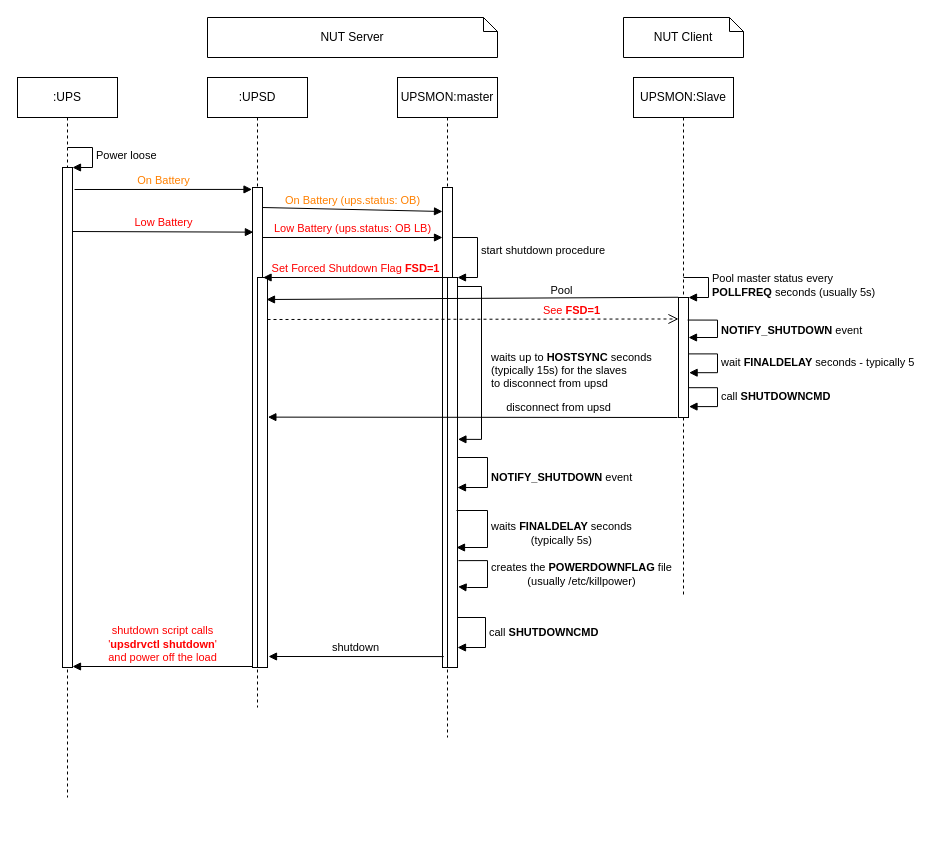
mitkola/nutdiag keeps this draw.io diagram as NUT Shutdown Sequence.drawio. Above is the earlier version. Source tidied: cells renumbered, new cells numbered last; positions are measured from the earlier drawing's top-left corner, leaving out a move shared by most shapes. Both pictures are drawn from the tidied source at 100%, with x=0, y=0 at pixel (17, 17).
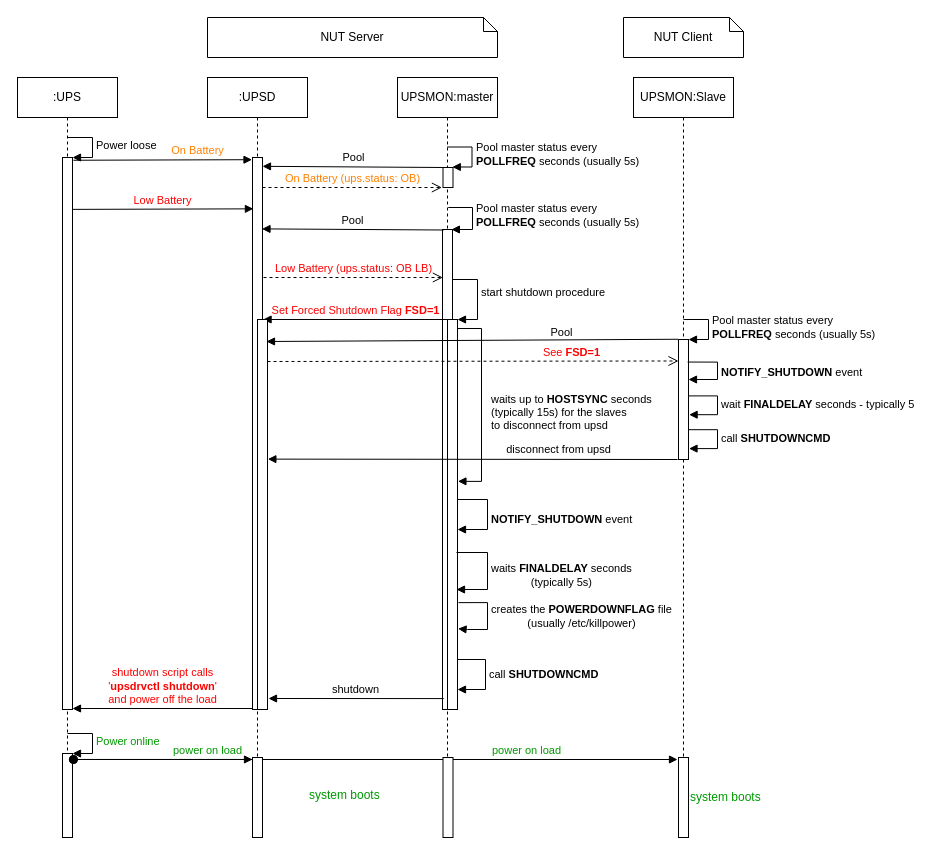
After the change.

Commit message:
Add pool of master monitor

The edit, as a diff of the source:
```diff
@@
     <mxCell id="2" value=":UPS" style="shape=umlLifeline;perimeter=lifelinePerimeter;whiteSpace=wrap;html=1;" parent="1" vertex="1">
-      <mxGeometry y="60" width="100" height="720" as="geometry" />
+      <mxGeometry y="60" width="100" height="760" as="geometry" />
     </mxCell>
     <mxCell id="3" style="html=1;points=[];perimeter=orthogonalPerimeter;" parent="2" vertex="1">
-      <mxGeometry x="45" y="90" width="10" height="500" as="geometry" />
+      <mxGeometry x="45" y="80" width="10" height="552" as="geometry" />
     </mxCell>
     <mxCell id="4" value="Power loose" style="edgeStyle=orthogonalEdgeStyle;html=1;align=left;spacingLeft=2;endArrow=block;rounded=0;entryX=1;entryY=0;" parent="2" edge="1" target="3">
       <mxGeometry relative="1" as="geometry">
-        <mxPoint x="50" y="70" as="sourcePoint" />
+        <mxPoint x="50" y="60" as="sourcePoint" />
         <Array as="points">
-          <mxPoint x="75" y="70" />
+          <mxPoint x="75" y="60" />
+          <mxPoint x="75" y="80" />
         </Array>
       </mxGeometry>
     </mxCell>
-    <mxCell id="5" value=":UPSD" style="shape=umlLifeline;perimeter=lifelinePerimeter;whiteSpace=wrap;html=1;" parent="1" vertex="1">
-      <mxGeometry x="190" y="60" width="100" height="630" as="geometry" />
-    </mxCell>
-    <mxCell id="6" style="html=1;points=[];perimeter=orthogonalPerimeter;" parent="5" vertex="1">
-      <mxGeometry x="45" y="110" width="10" height="480" as="geometry" />
-    </mxCell>
-    <mxCell id="7" style="html=1;points=[];perimeter=orthogonalPerimeter;fontColor=#000000;" parent="5" vertex="1">
-      <mxGeometry x="50" y="200" width="10" height="390" as="geometry" />
-    </mxCell>
+    <mxCell id="35" style="html=1;points=[];perimeter=orthogonalPerimeter;fontColor=#FF0000;align=center;" parent="2" vertex="1">
+      <mxGeometry x="45" y="676" width="10" height="84" as="geometry" />
+    </mxCell>
+    <mxCell id="36" value="Power online" style="edgeStyle=orthogonalEdgeStyle;html=1;align=left;spacingLeft=2;endArrow=block;rounded=0;entryX=1;entryY=0;fontColor=#009900;" parent="2" edge="1" target="35">
+      <mxGeometry relative="1" as="geometry">
+        <mxPoint x="50" y="656" as="sourcePoint" />
+        <Array as="points">
+          <mxPoint x="75" y="656" />
+        </Array>
+      </mxGeometry>
+    </mxCell>
     <mxCell id="8" value="UPSMON:master" style="shape=umlLifeline;perimeter=lifelinePerimeter;whiteSpace=wrap;html=1;" parent="1" vertex="1">
-      <mxGeometry x="380" y="60" width="100" height="660" as="geometry" />
+      <mxGeometry x="380" y="60" width="100" height="760" as="geometry" />
     </mxCell>
     <mxCell id="9" style="html=1;points=[];perimeter=orthogonalPerimeter;" parent="8" vertex="1">
-      <mxGeometry x="45" y="110" width="10" height="480" as="geometry" />
+      <mxGeometry x="45" y="152" width="10" height="480" as="geometry" />
     </mxCell>
     <mxCell id="10" style="html=1;points=[];perimeter=orthogonalPerimeter;" parent="8" vertex="1">
-      <mxGeometry x="50" y="200" width="10" height="390" as="geometry" />
+      <mxGeometry x="50" y="242" width="10" height="390" as="geometry" />
     </mxCell>
     <mxCell id="11" value="start shutdown procedure" style="edgeStyle=orthogonalEdgeStyle;html=1;align=left;spacingLeft=2;endArrow=block;rounded=0;entryX=1;entryY=0;" parent="8" edge="1" target="10">
       <mxGeometry relative="1" as="geometry">
-        <mxPoint x="55" y="150" as="sourcePoint" />
+        <mxPoint x="55" y="192" as="sourcePoint" />
         <Array as="points">
-          <mxPoint x="55" y="160" />
-          <mxPoint x="80" y="160" />
-          <mxPoint x="80" y="200" />
+          <mxPoint x="55" y="202" />
+          <mxPoint x="80" y="202" />
+          <mxPoint x="80" y="242" />
         </Array>
       </mxGeometry>
     </mxCell>
     <mxCell id="12" value="waits up to &lt;b&gt;HOSTSYNC&lt;/b&gt; seconds &lt;br&gt;(typically 15s) for the slaves &lt;br&gt;to disconnect from upsd" style="edgeStyle=orthogonalEdgeStyle;html=1;align=left;spacingLeft=2;endArrow=block;rounded=0;fontColor=#000000;entryX=1.043;entryY=0.415;entryDx=0;entryDy=0;entryPerimeter=0;" parent="8" edge="1" target="10">
       <mxGeometry x="0.08" y="6" relative="1" as="geometry">
-        <mxPoint x="60" y="209" as="sourcePoint" />
+        <mxPoint x="60" y="251" as="sourcePoint" />
         <Array as="points">
-          <mxPoint x="84" y="209" />
-          <mxPoint x="84" y="362" />
+          <mxPoint x="84" y="251" />
+          <mxPoint x="84" y="404" />
         </Array>
       </mxGeometry>
     </mxCell>
     <mxCell id="13" value="&lt;b&gt;NOTIFY_SHUTDOWN&lt;/b&gt; event" style="edgeStyle=orthogonalEdgeStyle;html=1;align=left;spacingLeft=2;endArrow=block;rounded=0;fontColor=#000000;" parent="8" edge="1">
       <mxGeometry x="0.1" relative="1" as="geometry">
-        <mxPoint x="60" y="380" as="sourcePoint" />
-        <mxPoint x="60" y="410" as="targetPoint" />
+        <mxPoint x="60" y="422" as="sourcePoint" />
+        <mxPoint x="60" y="452" as="targetPoint" />
         <Array as="points">
-          <mxPoint x="60" y="380" />
-          <mxPoint x="90" y="380" />
-          <mxPoint x="90" y="410" />
+          <mxPoint x="60" y="422" />
+          <mxPoint x="90" y="422" />
+          <mxPoint x="90" y="452" />
         </Array>
       </mxGeometry>
     </mxCell>
     <mxCell id="14" value="waits &lt;b&gt;FINALDELAY&lt;/b&gt; seconds&lt;br&gt;&lt;div align=&quot;center&quot;&gt;(typically 5s)&lt;/div&gt;" style="edgeStyle=orthogonalEdgeStyle;html=1;align=left;spacingLeft=2;endArrow=block;rounded=0;fontColor=#000000;" parent="8" edge="1">
       <mxGeometry x="0.1" relative="1" as="geometry">
-        <mxPoint x="59" y="433" as="sourcePoint" />
-        <mxPoint x="59" y="470" as="targetPoint" />
+        <mxPoint x="59" y="475" as="sourcePoint" />
+        <mxPoint x="59" y="512" as="targetPoint" />
         <Array as="points">
-          <mxPoint x="90" y="433" />
-          <mxPoint x="90" y="470" />
+          <mxPoint x="90" y="475" />
+          <mxPoint x="90" y="512" />
         </Array>
       </mxGeometry>
     </mxCell>
     <mxCell id="15" value="creates the &lt;b&gt;POWERDOWNFLAG&lt;/b&gt; file &lt;br&gt;&lt;div align=&quot;center&quot;&gt;(usually /etc/killpower)&lt;/div&gt;" style="edgeStyle=orthogonalEdgeStyle;html=1;align=left;spacingLeft=2;endArrow=block;rounded=0;fontColor=#000000;exitX=1.1;exitY=0.726;exitDx=0;exitDy=0;exitPerimeter=0;entryX=1.055;entryY=0.793;entryDx=0;entryDy=0;entryPerimeter=0;" parent="8" edge="1" source="10" target="10">
       <mxGeometry relative="1" as="geometry">
         <Array as="points">
-          <mxPoint x="90" y="483" />
-          <mxPoint x="90" y="510" />
-          <mxPoint x="70" y="509" />
+          <mxPoint x="90" y="525" />
+          <mxPoint x="90" y="552" />
+          <mxPoint x="70" y="551" />
         </Array>
       </mxGeometry>
     </mxCell>
+    <mxCell id="37" style="html=1;points=[];perimeter=orthogonalPerimeter;fontColor=#FF0000;align=center;" parent="8" vertex="1">
+      <mxGeometry x="45.5" y="90" width="10" height="20" as="geometry" />
+    </mxCell>
     <mxCell id="16" value="UPSMON:Slave" style="shape=umlLifeline;perimeter=lifelinePerimeter;whiteSpace=wrap;html=1;" parent="1" vertex="1">
-      <mxGeometry x="616" y="60" width="100" height="520" as="geometry" />
+      <mxGeometry x="616" y="60" width="100" height="760" as="geometry" />
     </mxCell>
     <mxCell id="17" style="html=1;points=[];perimeter=orthogonalPerimeter;fontColor=#000000;" parent="16" vertex="1">
-      <mxGeometry x="45" y="220" width="10" height="120" as="geometry" />
+      <mxGeometry x="45" y="262" width="10" height="120" as="geometry" />
     </mxCell>
     <mxCell id="18" value="Pool master status every &lt;b&gt;&lt;br&gt;POLLFREQ&lt;/b&gt; seconds (usually 5s)" style="edgeStyle=orthogonalEdgeStyle;html=1;align=left;spacingLeft=2;endArrow=block;rounded=0;entryX=1;entryY=0;fontColor=#000000;" parent="16" edge="1" target="17">
       <mxGeometry relative="1" as="geometry">
-        <mxPoint x="50" y="200" as="sourcePoint" />
+        <mxPoint x="50" y="242" as="sourcePoint" />
         <Array as="points">
-          <mxPoint x="75" y="200" />
+          <mxPoint x="75" y="242" />
         </Array>
       </mxGeometry>
     </mxCell>
     <mxCell id="19" value="&lt;b&gt;NOTIFY_SHUTDOWN&lt;/b&gt; event" style="edgeStyle=orthogonalEdgeStyle;html=1;align=left;spacingLeft=2;endArrow=block;rounded=0;fontColor=#000000;exitX=0.914;exitY=0.188;exitDx=0;exitDy=0;exitPerimeter=0;" parent="16" edge="1" source="17">
       <mxGeometry x="0.04" relative="1" as="geometry">
-        <mxPoint x="55" y="260" as="targetPoint" />
+        <mxPoint x="55" y="302" as="targetPoint" />
         <Array as="points">
-          <mxPoint x="84" y="243" />
-          <mxPoint x="84" y="260" />
+          <mxPoint x="84" y="285" />
+          <mxPoint x="84" y="302" />
         </Array>
       </mxGeometry>
     </mxCell>
+    <mxCell id="38" style="html=1;perimeter=orthogonalPerimeter;fontColor=#009900;align=center;" parent="16" vertex="1">
+      <mxGeometry x="45" y="680" width="10" height="80" as="geometry" />
+    </mxCell>
@@
-    <mxCell id="21" value="On Battery" style="html=1;verticalAlign=bottom;endArrow=block;fontColor=#FF8000;entryX=-0.048;entryY=0.004;entryDx=0;entryDy=0;entryPerimeter=0;" parent="1" edge="1" target="6">
-      <mxGeometry relative="1" as="geometry">
-        <mxPoint x="57" y="172" as="sourcePoint" />
-      </mxGeometry>
+    <mxCell id="21" value="On Battery" style="html=1;verticalAlign=bottom;endArrow=block;fontColor=#FF8000;entryX=-0.048;entryY=0.004;entryDx=0;entryDy=0;entryPerimeter=0;exitX=1.086;exitY=0.005;exitDx=0;exitDy=0;exitPerimeter=0;" parent="1" edge="1" source="3" target="6">
+      <mxGeometry x="0.39" relative="1" as="geometry" />
     </mxCell>
-    <mxCell id="22" value="On Battery (ups.status: OB)" style="html=1;verticalAlign=bottom;endArrow=block;fontColor=#FF8000;entryX=0;entryY=0.05;entryDx=0;entryDy=0;entryPerimeter=0;" parent="1" edge="1" target="9">
-      <mxGeometry relative="1" as="geometry">
-        <mxPoint x="245" y="190" as="sourcePoint" />
-      </mxGeometry>
-    </mxCell>
-    <mxCell id="23" value="Low Battery" style="html=1;verticalAlign=bottom;endArrow=block;fontColor=#FF0000;entryX=0.09;entryY=0.093;entryDx=0;entryDy=0;entryPerimeter=0;exitX=0.952;exitY=0.128;exitDx=0;exitDy=0;exitPerimeter=0;" parent="1" edge="1" source="3" target="6">
+    <mxCell id="23" value="Low Battery" style="html=1;verticalAlign=bottom;endArrow=block;fontColor=#FF0000;entryX=0.09;entryY=0.093;entryDx=0;entryDy=0;entryPerimeter=0;exitX=1.029;exitY=0.094;exitDx=0;exitDy=0;exitPerimeter=0;" parent="1" edge="1" source="3" target="6">
       <mxGeometry relative="1" as="geometry" />
     </mxCell>
-    <mxCell id="24" value="Low Battery (ups.status: OB LB)" style="html=1;verticalAlign=bottom;endArrow=block;fontColor=#FF0000;" parent="1" edge="1" target="9">
-      <mxGeometry relative="1" as="geometry">
-        <mxPoint x="245" y="220" as="sourcePoint" />
-      </mxGeometry>
-    </mxCell>
     <mxCell id="25" value="Set Forced Shutdown Flag &lt;b&gt;FSD=1&lt;/b&gt;" style="html=1;verticalAlign=bottom;endArrow=block;fontColor=#FF0000;entryX=0.557;entryY=0;entryDx=0;entryDy=0;entryPerimeter=0;" parent="1" edge="1" target="7">
       <mxGeometry relative="1" as="geometry">
-        <mxPoint x="430" y="260" as="sourcePoint" />
+        <mxPoint x="430" y="302" as="sourcePoint" />
       </mxGeometry>
     </mxCell>
     <mxCell id="26" value="Pool" style="html=1;verticalAlign=bottom;endArrow=block;fontColor=#000000;exitX=-0.029;exitY=-0.002;exitDx=0;exitDy=0;exitPerimeter=0;" parent="1" edge="1" source="17">
       <mxGeometry x="-0.43" y="2" relative="1" as="geometry">
-        <mxPoint x="249" y="282" as="targetPoint" />
+        <mxPoint x="249" y="324" as="targetPoint" />
       </mxGeometry>
     </mxCell>
     <mxCell id="27" value="See &lt;b&gt;FSD=1&lt;/b&gt;" style="html=1;verticalAlign=bottom;endArrow=open;dashed=1;endSize=8;fontColor=#FF0000;entryX=0;entryY=0.179;entryDx=0;entryDy=0;entryPerimeter=0;" parent="1" edge="1" target="17">
       <mxGeometry x="0.48" relative="1" as="geometry">
-        <mxPoint x="250" y="302" as="sourcePoint" />
+        <mxPoint x="250" y="344" as="sourcePoint" />
       </mxGeometry>
     </mxCell>
     <mxCell id="28" value="wait &lt;b&gt;FINALDELAY&lt;/b&gt; seconds - typically 5" style="edgeStyle=orthogonalEdgeStyle;html=1;align=left;spacingLeft=2;endArrow=block;rounded=0;entryX=1.057;entryY=0.291;fontColor=#000000;entryDx=0;entryDy=0;entryPerimeter=0;" parent="1" edge="1">
       <mxGeometry relative="1" as="geometry">
-        <mxPoint x="671" y="336.4" as="sourcePoint" />
-        <mxPoint x="671.6" y="355.2" as="targetPoint" />
+        <mxPoint x="671" y="378.4" as="sourcePoint" />
+        <mxPoint x="671.6" y="397.2" as="targetPoint" />
         <Array as="points">
-          <mxPoint x="700" y="336" />
-          <mxPoint x="700" y="355" />
+          <mxPoint x="700" y="378" />
+          <mxPoint x="700" y="397" />
         </Array>
       </mxGeometry>
     </mxCell>
     <mxCell id="29" value="call &lt;b&gt;SHUTDOWNCMD&lt;/b&gt;" style="edgeStyle=orthogonalEdgeStyle;html=1;align=left;spacingLeft=2;endArrow=block;rounded=0;entryX=1.057;entryY=0.291;fontColor=#000000;entryDx=0;entryDy=0;entryPerimeter=0;" parent="1" edge="1">
       <mxGeometry relative="1" as="geometry">
-        <mxPoint x="670.9" y="370.2" as="sourcePoint" />
-        <mxPoint x="671.5" y="389.1" as="targetPoint" />
+        <mxPoint x="670.9" y="412.2" as="sourcePoint" />
+        <mxPoint x="671.5" y="431.1" as="targetPoint" />
         <Array as="points">
-          <mxPoint x="700" y="370" />
-          <mxPoint x="700" y="389" />
+          <mxPoint x="700" y="412" />
+          <mxPoint x="700" y="431" />
         </Array>
       </mxGeometry>
     </mxCell>
     <mxCell id="30" value="disconnect from upsd" style="html=1;verticalAlign=bottom;endArrow=block;fontColor=#000000;entryX=1.038;entryY=0.358;entryDx=0;entryDy=0;entryPerimeter=0;" parent="1" edge="1" target="7">
       <mxGeometry x="-0.42" y="-1" relative="1" as="geometry">
-        <mxPoint x="660" y="400" as="sourcePoint" />
+        <mxPoint x="660" y="442" as="sourcePoint" />
       </mxGeometry>
     </mxCell>
     <mxCell id="31" value="call &lt;b&gt;SHUTDOWNCMD&lt;/b&gt;" style="edgeStyle=orthogonalEdgeStyle;html=1;align=left;spacingLeft=2;endArrow=block;rounded=0;fontColor=#000000;" parent="1" edge="1">
       <mxGeometry relative="1" as="geometry">
-        <mxPoint x="440" y="600" as="sourcePoint" />
-        <mxPoint x="440" y="630" as="targetPoint" />
+        <mxPoint x="440" y="642" as="sourcePoint" />
+        <mxPoint x="440" y="672" as="targetPoint" />
         <Array as="points">
-          <mxPoint x="468" y="600" />
-          <mxPoint x="468" y="630" />
+          <mxPoint x="468" y="642" />
+          <mxPoint x="468" y="672" />
         </Array>
       </mxGeometry>
     </mxCell>
     <mxCell id="32" value="shutdown" style="html=1;verticalAlign=bottom;endArrow=block;fontColor=#000000;exitX=-0.376;exitY=0.972;exitDx=0;exitDy=0;exitPerimeter=0;" parent="1" edge="1" source="10">
       <mxGeometry relative="1" as="geometry">
-        <mxPoint x="251" y="639" as="targetPoint" />
+        <mxPoint x="251" y="681" as="targetPoint" />
       </mxGeometry>
     </mxCell>
     <mxCell id="33" value="&lt;div&gt;shutdown script calls &lt;br&gt;&lt;/div&gt;&lt;div&gt;'&lt;b&gt;upsdrvctl shutdown&lt;/b&gt;' &lt;/div&gt;and power off the load" style="html=1;verticalAlign=bottom;endArrow=block;fontColor=#FF0000;" parent="1" edge="1" target="3">
       <mxGeometry relative="1" as="geometry">
-        <mxPoint x="235" y="649" as="sourcePoint" />
+        <mxPoint x="235" y="691" as="sourcePoint" />
       </mxGeometry>
     </mxCell>
@@
+    <mxCell id="39" value="Pool master status every &lt;b&gt;&lt;br&gt;POLLFREQ&lt;/b&gt; seconds (usually 5s)" style="edgeStyle=orthogonalEdgeStyle;html=1;align=left;spacingLeft=2;endArrow=block;rounded=0;entryX=1;entryY=0;fontColor=#000000;" parent="1" edge="1">
+      <mxGeometry relative="1" as="geometry">
+        <mxPoint x="429.6" y="129.5" as="sourcePoint" />
+        <mxPoint x="434.8" y="149.5" as="targetPoint" />
+        <Array as="points">
+          <mxPoint x="454.5" y="129.5" />
+        </Array>
+      </mxGeometry>
+    </mxCell>
+    <mxCell id="40" value="Pool" style="html=1;verticalAlign=bottom;endArrow=block;fontColor=#000000;exitX=0.121;exitY=0;exitDx=0;exitDy=0;exitPerimeter=0;entryX=1;entryY=0.016;entryDx=0;entryDy=0;entryPerimeter=0;" parent="1" edge="1" source="37" target="6">
+      <mxGeometry relative="1" as="geometry" />
+    </mxCell>
+    <mxCell id="22" value="On Battery (ups.status: OB)" style="html=1;verticalAlign=bottom;endArrow=open;dashed=1;endSize=8;fontColor=#FF8000;entryX=-0.107;entryY=1;entryDx=0;entryDy=0;entryPerimeter=0;" parent="1" edge="1" source="6" target="37">
+      <mxGeometry relative="1" as="geometry" />
+    </mxCell>
+    <mxCell id="41" value="Pool master status every &lt;b&gt;&lt;br&gt;POLLFREQ&lt;/b&gt; seconds (usually 5s)" style="edgeStyle=orthogonalEdgeStyle;html=1;align=left;spacingLeft=2;endArrow=block;rounded=0;fontColor=#000000;entryX=0.887;entryY=0;entryDx=0;entryDy=0;entryPerimeter=0;" parent="1" edge="1" target="9">
+      <mxGeometry relative="1" as="geometry">
+        <mxPoint x="434" y="190" as="sourcePoint" />
+        <Array as="points">
+          <mxPoint x="431" y="190" />
+          <mxPoint x="455" y="190" />
+          <mxPoint x="455" y="212" />
+        </Array>
+      </mxGeometry>
+    </mxCell>
+    <mxCell id="42" value="Pool" style="html=1;verticalAlign=bottom;endArrow=block;fontColor=#000000;exitX=0.121;exitY=0;exitDx=0;exitDy=0;exitPerimeter=0;entryX=1;entryY=0.016;entryDx=0;entryDy=0;entryPerimeter=0;" parent="1" edge="1">
+      <mxGeometry relative="1" as="geometry">
+        <mxPoint x="426.2" y="212.5" as="sourcePoint" />
+        <mxPoint x="244.5" y="211.4" as="targetPoint" />
+      </mxGeometry>
+    </mxCell>
+    <mxCell id="24" value="Low Battery (ups.status: OB LB)" style="html=1;verticalAlign=bottom;endArrow=open;dashed=1;endSize=8;fontColor=#FF0000;entryX=-0.107;entryY=1;entryDx=0;entryDy=0;entryPerimeter=0;" parent="1" edge="1">
+      <mxGeometry relative="1" as="geometry">
+        <mxPoint x="246" y="260" as="sourcePoint" />
+        <mxPoint x="425.4" y="260" as="targetPoint" />
+      </mxGeometry>
+    </mxCell>
+    <mxCell id="43" value="power on load" style="html=1;verticalAlign=bottom;startArrow=oval;endArrow=block;startSize=8;fontColor=#009900;exitX=1.086;exitY=0.071;exitDx=0;exitDy=0;exitPerimeter=0;" parent="1" edge="1" source="35" target="47">
+      <mxGeometry x="0.5" relative="1" as="geometry" />
+    </mxCell>
+    <mxCell id="44" value="power on load" style="html=1;verticalAlign=bottom;startArrow=oval;endArrow=block;startSize=8;fontColor=#009900;" parent="1" edge="1">
+      <mxGeometry x="0.5" relative="1" as="geometry">
+        <mxPoint x="56" y="742" as="sourcePoint" />
+        <mxPoint x="660" y="742" as="targetPoint" />
+      </mxGeometry>
+    </mxCell>
+    <mxCell id="45" value="system boots" style="text;html=1;align=left;verticalAlign=top;spacingTop=-4;fontColor=#009900;" parent="1" vertex="1">
+      <mxGeometry x="290" y="768" width="90" height="20" as="geometry" />
+    </mxCell>
+    <mxCell id="46" value="system boots" style="text;html=1;align=left;verticalAlign=top;spacingTop=-4;fontColor=#009900;" parent="1" vertex="1">
+      <mxGeometry x="671" y="770" width="90" height="20" as="geometry" />
+    </mxCell>
+    <mxCell id="5" value=":UPSD" style="shape=umlLifeline;perimeter=lifelinePerimeter;whiteSpace=wrap;html=1;" parent="1" vertex="1">
+      <mxGeometry x="190" y="60" width="100" height="760" as="geometry" />
+    </mxCell>
+    <mxCell id="6" style="html=1;points=[];perimeter=orthogonalPerimeter;" parent="5" vertex="1">
+      <mxGeometry x="45" y="80" width="10" height="552" as="geometry" />
+    </mxCell>
+    <mxCell id="7" style="html=1;points=[];perimeter=orthogonalPerimeter;fontColor=#000000;" parent="5" vertex="1">
+      <mxGeometry x="50" y="242" width="10" height="390" as="geometry" />
+    </mxCell>
+    <mxCell id="47" style="html=1;points=[];perimeter=orthogonalPerimeter;fontColor=#009900;align=center;" parent="5" vertex="1">
+      <mxGeometry x="45" y="680" width="10" height="80" as="geometry" />
+    </mxCell>
+    <mxCell id="48" style="html=1;perimeter=orthogonalPerimeter;fontColor=#009900;align=center;" parent="1" vertex="1">
+      <mxGeometry x="425.5" y="740" width="10" height="80" as="geometry" />
+    </mxCell>
```
